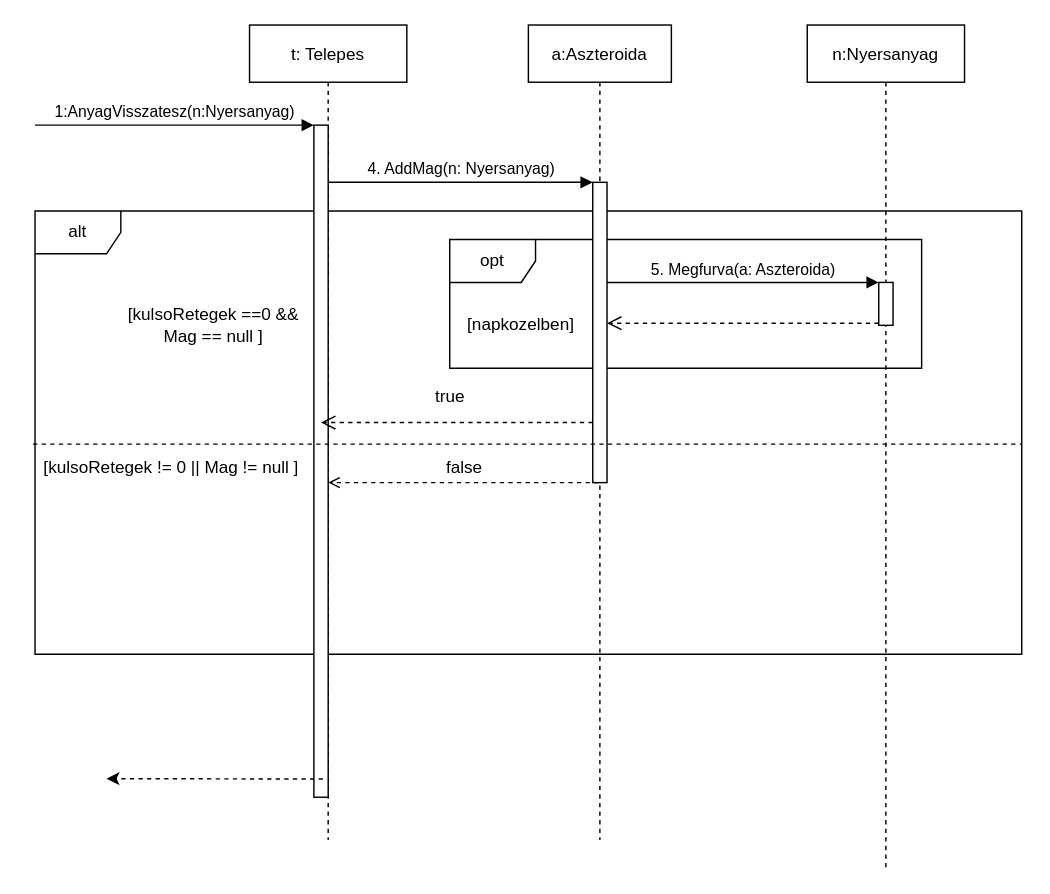
Before: doc/uml/placeTeleport.drawio in torpeBoiGo/aszteroidabanyaszat, a draw.io diagram. Source tidied: cells renumbered, new cells numbered last; positions are measured from the earlier drawing's top-left corner, leaving out a move shared by most shapes. Both pictures are drawn from the tidied source at 143%, with x=0, y=0 at pixel (34, 24).
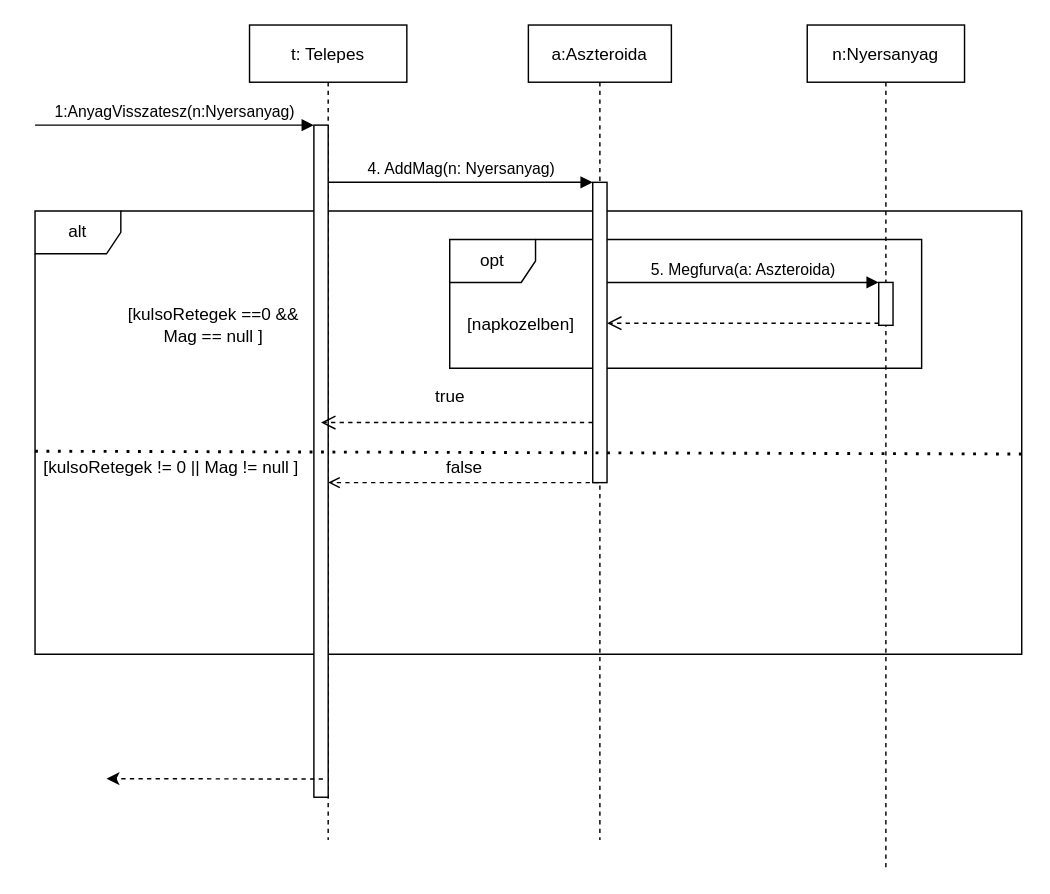
The same diagram, later.

Commit message:
dotted line

The change refers to these unchanged cells:
```xml
<mxCell id="3" value="alt" style="shape=umlFrame;whiteSpace=wrap;html=1;" parent="1" vertex="1">
  <mxGeometry y="130" width="690" height="310" as="geometry" />
</mxCell>
```

The edit, as a diff of the source:
```diff
@@
-    <mxCell id="18" style="endArrow=none;html=1;exitX=-0.002;exitY=0.526;exitDx=0;exitDy=0;exitPerimeter=0;entryX=1;entryY=0.526;entryDx=0;entryDy=0;entryPerimeter=0;dashed=1;" parent="1" edge="1" source="3" target="3">
-      <mxGeometry relative="1" as="geometry" />
-    </mxCell>
@@
+    <mxCell id="23" style="endArrow=none;dashed=1;html=1;dashPattern=1 3;strokeWidth=2;entryX=-0.003;entryY=0.542;entryDx=0;entryDy=0;entryPerimeter=0;" parent="1" edge="1" target="3">
+      <mxGeometry relative="1" as="geometry">
+        <mxPoint x="690" y="300" as="sourcePoint" />
+      </mxGeometry>
+    </mxCell>
```
